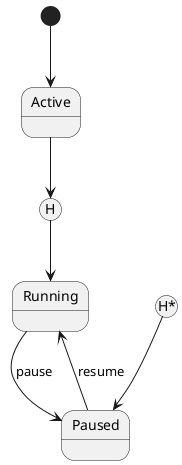
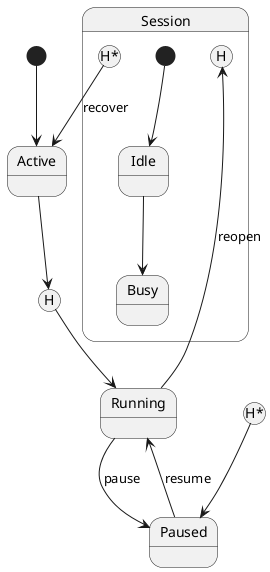
@startuml
[*] --> Active
Active --> [H]
[H] --> Running
[H*] --> Paused
Running --> Paused : pause
Paused --> Running : resume
+ state Session {
+   [*] --> Idle
+   Idle --> Busy
+ }
+ Running --> Session[H] : reopen
+ Session[H*] --> Active : recover
@enduml
